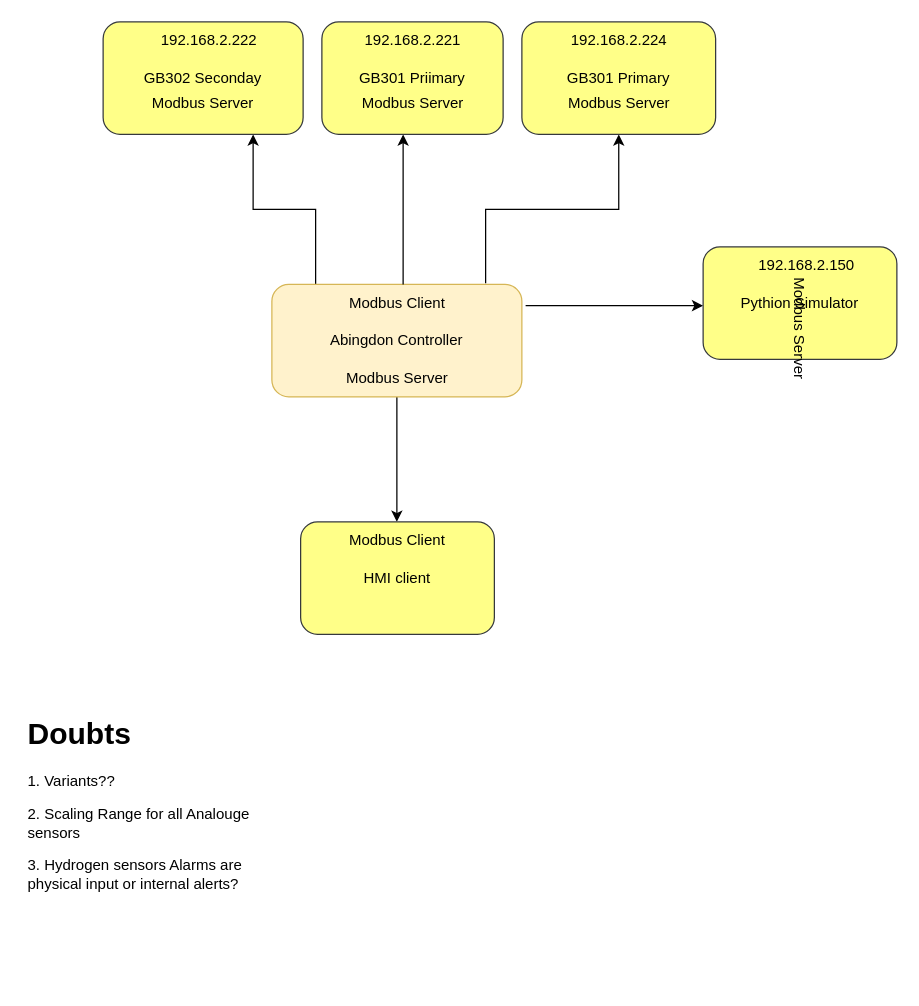
Above: page "ModbusInterface" (10 of 10) of H2D Modular.drawio in EdwardsKorea/CommonDrawIO (draw.io), before the change. Source tidied: cells renumbered, new cells numbered last; positions are measured from the earlier drawing's top-left corner, leaving out a move shared by most shapes. Both pictures are drawn from the tidied source at 125%, with x=0, y=0 at pixel (21, 21).
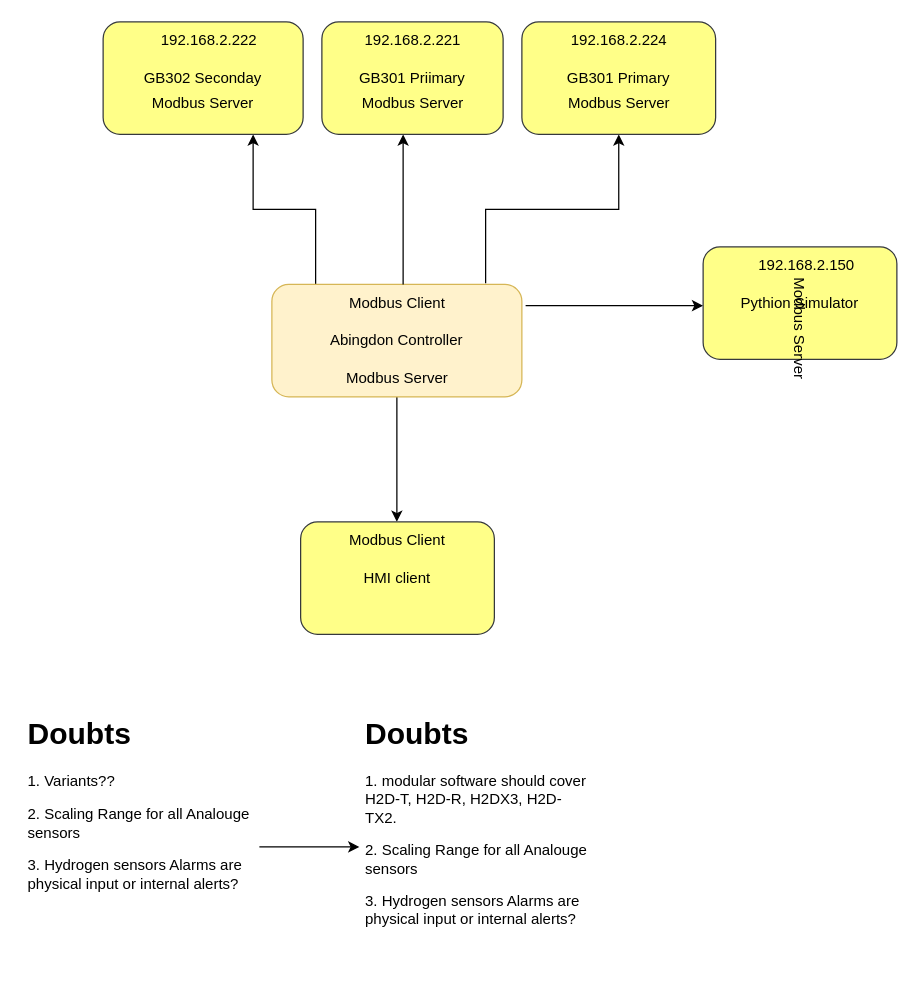
Above is the later version.

Unchanged cells that the change refers to:
```xml
<mxCell id="24" value="&lt;h1&gt;Doubts&lt;/h1&gt;&lt;p&gt;1. Variants??&lt;/p&gt;&lt;p&gt;&lt;span style=&quot;background-color: initial;&quot;&gt;2.&amp;nbsp;&lt;/span&gt;Scaling Range for all Analouge sensors&lt;/p&gt;&lt;p&gt;3. Hydrogen sensors Alarms are physical input or internal alerts?&lt;/p&gt;&lt;div&gt;&lt;span style=&quot;background-color: initial;&quot;&gt;&lt;br&gt;&lt;/span&gt;&lt;/div&gt;" style="text;html=1;strokeColor=none;fillColor=none;spacing=5;spacingTop=-20;whiteSpace=wrap;overflow=hidden;rounded=0;" parent="1" vertex="1">
  <mxGeometry y="550" width="190" height="220" as="geometry" />
</mxCell>
```

Change to the diagram source:
```diff
@@
+    <mxCell id="25" style="edgeStyle=orthogonalEdgeStyle;rounded=0;jettySize=auto;html=1;" parent="1" edge="1" source="24" target="26">
+      <mxGeometry relative="1" as="geometry" />
+    </mxCell>
@@
+    <mxCell id="26" value="&lt;h1&gt;Doubts&lt;/h1&gt;&lt;p&gt;1. modular software should cover H2D-T, H2D-R, H2DX3, H2D-TX2.&lt;/p&gt;&lt;p&gt;&lt;span style=&quot;background-color: initial;&quot;&gt;2.&amp;nbsp;&lt;/span&gt;Scaling Range for all Analouge sensors&lt;/p&gt;&lt;p&gt;3. Hydrogen sensors Alarms are physical input or internal alerts?&lt;/p&gt;&lt;div&gt;&lt;span style=&quot;background-color: initial;&quot;&gt;&lt;br&gt;&lt;/span&gt;&lt;/div&gt;" style="text;html=1;strokeColor=none;fillColor=none;spacing=5;spacingTop=-20;whiteSpace=wrap;overflow=hidden;rounded=0;" parent="1" vertex="1">
+      <mxGeometry x="270" y="550" width="190" height="220" as="geometry" />
+    </mxCell>
```
